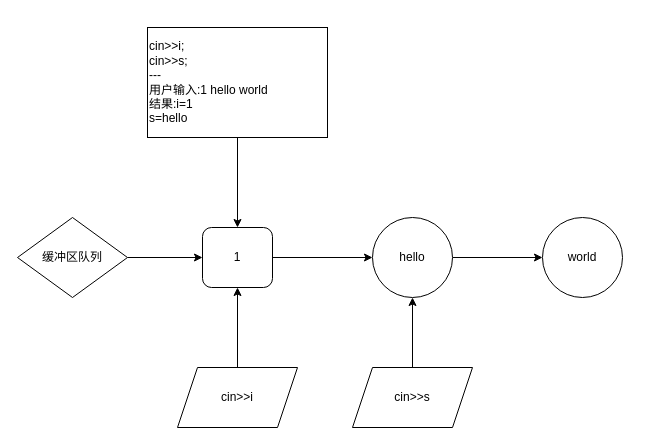
MrXnneHang/drawio keeps this draw.io diagram as 未命名绘图.drawio. Above is the earlier version. Source tidied: cells renumbered, new cells numbered last; positions are measured from the earlier drawing's top-left corner, leaving out a move shared by most shapes. Both pictures are drawn from the tidied source at 100%, with x=0, y=0 at pixel (17, 27).
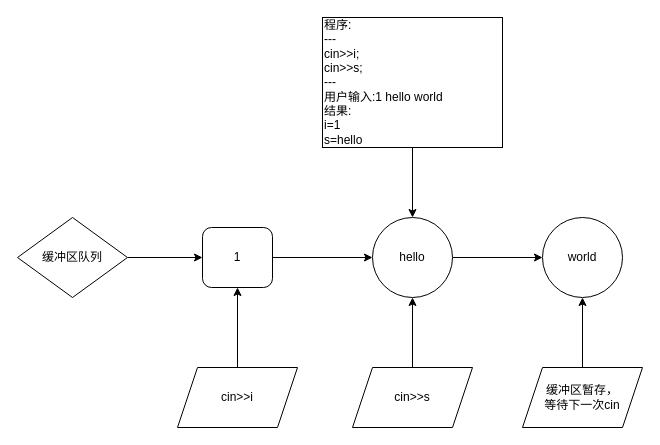
Above is the later version.

Commit message (it also covers changes not shown here):
更新未命名绘图.drawio

Diff of the diagram source:
```diff
@@
 <mxGraphModel>
   <root>
     <mxCell id="0" />
     <mxCell id="1" parent="0" />
     <mxCell id="2" style="edgeStyle=orthogonalEdgeStyle;rounded=0;jettySize=auto;html=1;" parent="1" edge="1" source="3" target="5">
       <mxGeometry relative="1" as="geometry" />
     </mxCell>
     <mxCell id="3" value="1" style="rounded=1;whiteSpace=wrap;html=1;" parent="1" vertex="1">
       <mxGeometry x="185" y="200" width="70" height="60" as="geometry" />
     </mxCell>
     <mxCell id="4" style="edgeStyle=orthogonalEdgeStyle;rounded=0;jettySize=auto;html=1;" parent="1" edge="1" source="5" target="6">
       <mxGeometry relative="1" as="geometry" />
     </mxCell>
     <mxCell id="5" value="hello" style="ellipse;whiteSpace=wrap;html=1;" parent="1" vertex="1">
       <mxGeometry x="355" y="190" width="80" height="80" as="geometry" />
     </mxCell>
     <mxCell id="6" value="world" style="ellipse;whiteSpace=wrap;html=1;" parent="1" vertex="1">
       <mxGeometry x="525" y="190" width="80" height="80" as="geometry" />
     </mxCell>
     <mxCell id="7" style="edgeStyle=orthogonalEdgeStyle;rounded=0;jettySize=auto;html=1;" parent="1" edge="1" source="8" target="3">
       <mxGeometry relative="1" as="geometry" />
     </mxCell>
     <mxCell id="8" value="cin&amp;gt;&amp;gt;i" style="shape=parallelogram;perimeter=parallelogramPerimeter;whiteSpace=wrap;html=1;fixedSize=1;" parent="1" vertex="1">
       <mxGeometry x="160" y="340" width="120" height="60" as="geometry" />
     </mxCell>
-    <mxCell id="9" style="edgeStyle=orthogonalEdgeStyle;rounded=0;jettySize=auto;html=1;" parent="1" edge="1" source="10" target="3">
-      <mxGeometry relative="1" as="geometry" />
-    </mxCell>
+    <mxCell id="15" style="edgeStyle=orthogonalEdgeStyle;rounded=0;jettySize=auto;html=1;" parent="1" edge="1" source="10" target="5">
+      <mxGeometry relative="1" as="geometry" />
+    </mxCell>
-    <mxCell id="10" value="cin&amp;gt;&amp;gt;i;&lt;div&gt;cin&amp;gt;&amp;gt;s;&lt;/div&gt;&lt;div&gt;---&lt;/div&gt;&lt;div&gt;用户输入:1 hello world&lt;/div&gt;&lt;div&gt;结果:i=1&lt;/div&gt;&lt;div&gt;s=hello&lt;/div&gt;" style="rounded=0;whiteSpace=wrap;html=1;align=left;" parent="1" vertex="1">
-      <mxGeometry x="130" width="180" height="110" as="geometry" />
+    <mxCell id="10" value="&lt;div&gt;程序:&lt;/div&gt;&lt;div&gt;---&lt;/div&gt;cin&amp;gt;&amp;gt;i;&lt;div&gt;cin&amp;gt;&amp;gt;s;&lt;/div&gt;&lt;div&gt;---&lt;/div&gt;&lt;div&gt;用户输入:1 hello world&lt;/div&gt;&lt;div&gt;结果:&lt;/div&gt;&lt;div&gt;i=1&lt;/div&gt;&lt;div&gt;s=hello&lt;/div&gt;" style="rounded=0;whiteSpace=wrap;html=1;align=left;" parent="1" vertex="1">
+      <mxGeometry x="305" y="-10" width="180" height="130" as="geometry" />
     </mxCell>
     <mxCell id="11" style="edgeStyle=orthogonalEdgeStyle;rounded=0;jettySize=auto;html=1;" parent="1" edge="1" source="12" target="5">
       <mxGeometry relative="1" as="geometry" />
     </mxCell>
     <mxCell id="12" value="cin&amp;gt;&amp;gt;s" style="shape=parallelogram;perimeter=parallelogramPerimeter;whiteSpace=wrap;html=1;fixedSize=1;" parent="1" vertex="1">
       <mxGeometry x="335" y="340" width="120" height="60" as="geometry" />
     </mxCell>
     <mxCell id="13" style="edgeStyle=orthogonalEdgeStyle;rounded=0;jettySize=auto;html=1;" parent="1" edge="1" source="14" target="3">
       <mxGeometry relative="1" as="geometry" />
     </mxCell>
     <mxCell id="14" value="缓冲区队列" style="rhombus;whiteSpace=wrap;html=1;" parent="1" vertex="1">
       <mxGeometry y="190" width="110" height="80" as="geometry" />
     </mxCell>
+    <mxCell id="16" style="edgeStyle=orthogonalEdgeStyle;rounded=0;jettySize=auto;html=1;" parent="1" edge="1" source="17" target="6">
+      <mxGeometry relative="1" as="geometry" />
+    </mxCell>
+    <mxCell id="17" value="缓冲区暂存，&lt;div&gt;等待下一次cin&lt;/div&gt;" style="shape=parallelogram;perimeter=parallelogramPerimeter;whiteSpace=wrap;html=1;fixedSize=1;" parent="1" vertex="1">
+      <mxGeometry x="505" y="340" width="120" height="60" as="geometry" />
+    </mxCell>
   </root>
 </mxGraphModel>
```
